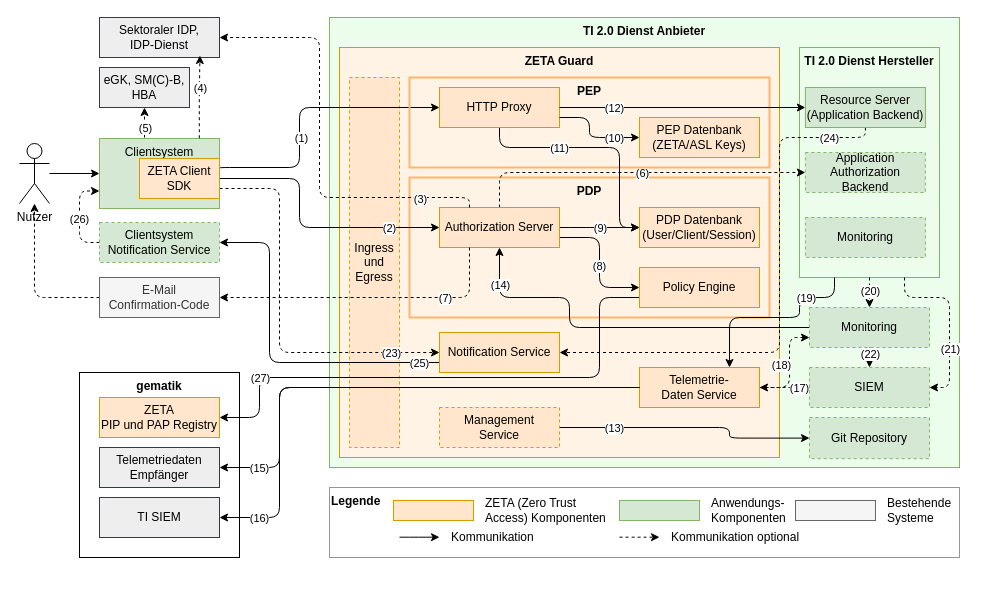
Above: src/drawio/Zero-Trust-Architektur.drawio in gematik/zeta (draw.io), before the change. Source tidied: cells renumbered, new cells numbered last; positions are measured from the earlier drawing's top-left corner, leaving out a move shared by most shapes. Both pictures are drawn from the tidied source at 100%, with x=0, y=0 at pixel (19, 17).
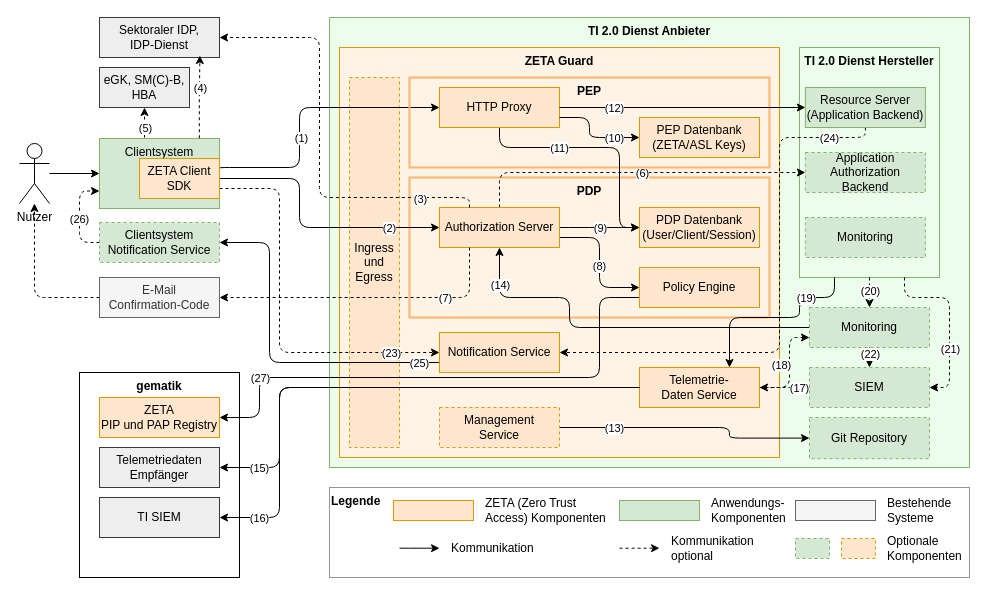
Above is the later version.

Commit message:
chore: Update Zero-Trust architecture diagram; adjust dimensions and add optional components for clarity

The edit, as a diff of the source:
```diff
@@
     <mxCell id="2" value="&lt;b&gt;TI 2.0 Dienst Anbieter&lt;/b&gt;" style="rounded=0;whiteSpace=wrap;html=1;fillColor=#edfdec;strokeColor=#82b366;align=center;verticalAlign=top;" parent="1" vertex="1">
-      <mxGeometry x="310" width="630" height="450" as="geometry" />
+      <mxGeometry x="310" width="640" height="450" as="geometry" />
     </mxCell>
@@
     <mxCell id="7" value="&lt;b&gt;Legende&lt;/b&gt;" style="rounded=0;whiteSpace=wrap;html=1;align=left;verticalAlign=top;strokeColor=#969696;" parent="1" vertex="1">
-      <mxGeometry x="310" y="470" width="630" height="70" as="geometry" />
+      <mxGeometry x="310" y="470" width="640" height="90" as="geometry" />
     </mxCell>
     <mxCell id="8" value="&lt;b&gt;gematik&lt;/b&gt;" style="rounded=0;whiteSpace=wrap;html=1;align=center;verticalAlign=top;" parent="1" vertex="1">
-      <mxGeometry x="60" y="355" width="160" height="185" as="geometry" />
+      <mxGeometry x="60" y="355" width="160" height="205" as="geometry" />
     </mxCell>
@@
     <mxCell id="68" style="edgeStyle=orthogonalEdgeStyle;rounded=1;orthogonalLoop=1;jettySize=auto;html=1;curved=0;" parent="1" edge="1">
       <mxGeometry relative="1" as="geometry">
-        <mxPoint x="380" y="519.7" as="sourcePoint" />
-        <mxPoint x="420" y="519.7" as="targetPoint" />
+        <mxPoint x="380" y="530.7" as="sourcePoint" />
+        <mxPoint x="420" y="530.7" as="targetPoint" />
         <Array as="points">
-          <mxPoint x="400" y="520" />
-          <mxPoint x="400" y="520" />
+          <mxPoint x="400" y="531" />
+          <mxPoint x="400" y="531" />
         </Array>
       </mxGeometry>
     </mxCell>
     <mxCell id="69" value="Kommunikation" style="text;html=1;align=left;verticalAlign=middle;whiteSpace=wrap;rounded=0;" parent="1" vertex="1">
-      <mxGeometry x="430" y="510" width="95" height="20" as="geometry" />
+      <mxGeometry x="430" y="521" width="95" height="20" as="geometry" />
     </mxCell>
     <mxCell id="70" style="edgeStyle=orthogonalEdgeStyle;rounded=1;orthogonalLoop=1;jettySize=auto;html=1;curved=0;dashed=1;" parent="1" edge="1">
       <mxGeometry relative="1" as="geometry">
-        <mxPoint x="600" y="519.7" as="sourcePoint" />
-        <mxPoint x="640" y="519.7" as="targetPoint" />
+        <mxPoint x="600" y="530.7" as="sourcePoint" />
+        <mxPoint x="640" y="530.7" as="targetPoint" />
         <Array as="points">
-          <mxPoint x="620" y="519.7" />
-          <mxPoint x="620" y="519.7" />
+          <mxPoint x="620" y="530.7" />
+          <mxPoint x="620" y="530.7" />
         </Array>
       </mxGeometry>
     </mxCell>
-    <mxCell id="71" value="Kommunikation optional" style="text;html=1;align=left;verticalAlign=middle;whiteSpace=wrap;rounded=0;" parent="1" vertex="1">
-      <mxGeometry x="650" y="510" width="140" height="20" as="geometry" />
+    <mxCell id="71" value="Kommunikation&lt;div&gt;optional&lt;/div&gt;" style="text;html=1;align=left;verticalAlign=middle;whiteSpace=wrap;rounded=0;" parent="1" vertex="1">
+      <mxGeometry x="650" y="521" width="120" height="20" as="geometry" />
     </mxCell>
@@
+    <mxCell id="102" style="rounded=0;whiteSpace=wrap;html=1;fillColor=#d5e8d4;strokeColor=#82b366;dashed=1;" parent="1" vertex="1">
+      <mxGeometry x="776" y="521" width="34" height="20" as="geometry" />
+    </mxCell>
+    <mxCell id="103" value="Optionale&lt;div&gt;Komponenten&lt;/div&gt;" style="text;html=1;align=left;verticalAlign=middle;whiteSpace=wrap;rounded=0;" parent="1" vertex="1">
+      <mxGeometry x="866" y="521" width="70" height="20" as="geometry" />
+    </mxCell>
+    <mxCell id="104" style="rounded=0;whiteSpace=wrap;html=1;fillColor=#ffe6cc;strokeColor=#d79b00;dashed=1;" parent="1" vertex="1">
+      <mxGeometry x="822" y="521" width="34" height="20" as="geometry" />
+    </mxCell>
```
